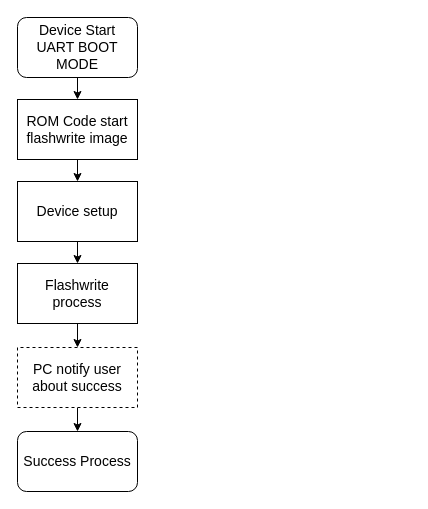
The draw.io diagram schematic/06-flash-write-process.drawio in petrkucerak/diplom-thesis, before the edit. Source tidied: cells renumbered, new cells numbered last; positions are measured from the earlier drawing's top-left corner, leaving out a move shared by most shapes. Both pictures are drawn from the tidied source at 100%, with x=0, y=0 at pixel (17, 17).
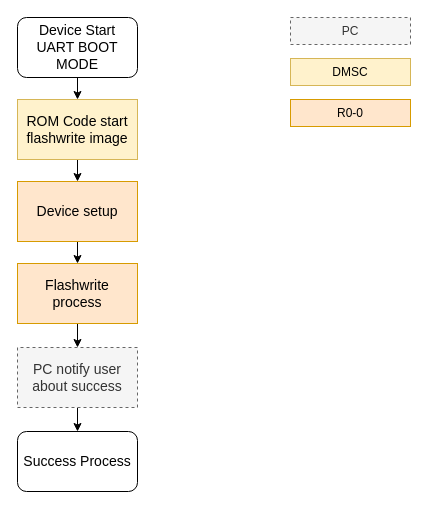
Above is the later version.

What changed in the source:
```diff
@@
 <mxGraphModel>
   <root>
     <mxCell id="0" />
     <mxCell id="1" parent="0" />
     <mxCell id="2" style="edgeStyle=none;html=1;exitX=0.5;exitY=1;exitDx=0;exitDy=0;fontSize=14;" parent="1" edge="1" source="3" target="5">
       <mxGeometry relative="1" as="geometry" />
     </mxCell>
     <mxCell id="3" value="Device Start&lt;div&gt;UART BOOT MODE&lt;/div&gt;" style="rounded=1;whiteSpace=wrap;html=1;flipV=0;flipH=1;fontSize=14;" parent="1" vertex="1">
       <mxGeometry width="120" height="60" as="geometry" />
     </mxCell>
     <mxCell id="4" style="edgeStyle=none;html=1;exitX=0.5;exitY=1;exitDx=0;exitDy=0;fontSize=14;" parent="1" edge="1" source="5" target="7">
       <mxGeometry relative="1" as="geometry" />
     </mxCell>
-    <mxCell id="5" value="ROM Code start flashwrite image" style="rounded=0;whiteSpace=wrap;html=1;flipV=0;flipH=1;fontSize=14;" parent="1" vertex="1">
+    <mxCell id="5" value="ROM Code start flashwrite image" style="rounded=0;whiteSpace=wrap;html=1;flipV=0;flipH=1;fontSize=14;fillColor=#fff2cc;strokeColor=#d6b656;" parent="1" vertex="1">
       <mxGeometry y="82" width="120" height="60" as="geometry" />
     </mxCell>
     <mxCell id="6" style="edgeStyle=none;html=1;exitX=0.5;exitY=1;exitDx=0;exitDy=0;entryX=0.5;entryY=0;entryDx=0;entryDy=0;fontSize=14;" parent="1" edge="1" source="7" target="9">
       <mxGeometry relative="1" as="geometry" />
     </mxCell>
-    <mxCell id="7" value="Device setup" style="rounded=0;whiteSpace=wrap;html=1;flipV=0;flipH=1;fontSize=14;" parent="1" vertex="1">
+    <mxCell id="7" value="Device setup" style="rounded=0;whiteSpace=wrap;html=1;flipV=0;flipH=1;fontSize=14;fillColor=#ffe6cc;strokeColor=#d79b00;" parent="1" vertex="1">
       <mxGeometry y="164" width="120" height="60" as="geometry" />
     </mxCell>
     <mxCell id="8" style="edgeStyle=none;html=1;exitX=0.5;exitY=1;exitDx=0;exitDy=0;fontSize=14;" parent="1" edge="1" source="9" target="11">
       <mxGeometry relative="1" as="geometry" />
     </mxCell>
-    <mxCell id="9" value="Flashwrite&lt;br&gt;process" style="rounded=0;whiteSpace=wrap;html=1;flipV=1;flipH=0;fontSize=14;" parent="1" vertex="1">
+    <mxCell id="9" value="Flashwrite&lt;br&gt;process" style="rounded=0;whiteSpace=wrap;html=1;flipV=1;flipH=0;fontSize=14;fillColor=#ffe6cc;strokeColor=#d79b00;" parent="1" vertex="1">
       <mxGeometry y="246" width="120" height="60" as="geometry" />
     </mxCell>
     <mxCell id="10" style="edgeStyle=none;html=1;exitX=0.5;exitY=1;exitDx=0;exitDy=0;entryX=0.5;entryY=0;entryDx=0;entryDy=0;fontSize=14;" parent="1" edge="1" source="11" target="12">
       <mxGeometry relative="1" as="geometry" />
     </mxCell>
-    <mxCell id="11" value="PC notify user about success" style="rounded=0;whiteSpace=wrap;html=1;flipV=1;flipH=0;fontSize=14;dashed=1;" parent="1" vertex="1">
+    <mxCell id="11" value="PC notify user about success" style="rounded=0;whiteSpace=wrap;html=1;flipV=1;flipH=0;fontSize=14;dashed=1;fillColor=#f5f5f5;fontColor=#333333;strokeColor=#666666;" parent="1" vertex="1">
       <mxGeometry y="330" width="120" height="60" as="geometry" />
     </mxCell>
     <mxCell id="12" value="Success Process" style="rounded=1;whiteSpace=wrap;html=1;flipV=0;flipH=1;fontSize=14;" parent="1" vertex="1">
       <mxGeometry y="414" width="120" height="60" as="geometry" />
     </mxCell>
+    <mxCell id="13" value="PC" style="rounded=0;whiteSpace=wrap;html=1;flipV=1;flipH=0;fontSize=12;dashed=1;fillColor=#f5f5f5;fontColor=#333333;strokeColor=#666666;" parent="1" vertex="1">
+      <mxGeometry x="273" width="120" height="27" as="geometry" />
+    </mxCell>
+    <mxCell id="14" value="DMSC" style="rounded=0;whiteSpace=wrap;html=1;flipV=1;flipH=0;fontSize=12;fillColor=#fff2cc;strokeColor=#d6b656;" parent="1" vertex="1">
+      <mxGeometry x="273" y="41" width="120" height="27" as="geometry" />
+    </mxCell>
+    <mxCell id="15" value="R0-0" style="rounded=0;whiteSpace=wrap;html=1;flipV=1;flipH=0;fontSize=12;fillColor=#ffe6cc;strokeColor=#d79b00;" parent="1" vertex="1">
+      <mxGeometry x="273" y="82" width="120" height="27" as="geometry" />
+    </mxCell>
   </root>
 </mxGraphModel>
```
